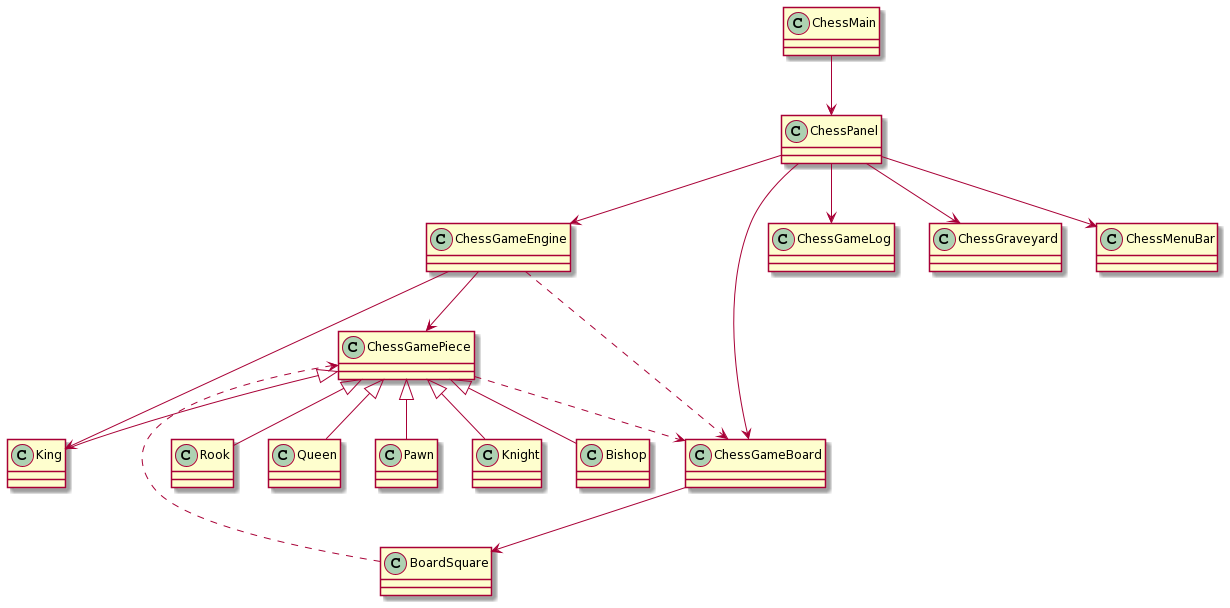
This is docs/img/initial-model.png from hinafu/patrones-veranito-chesss, a PlantUML export, as it was before one commit.
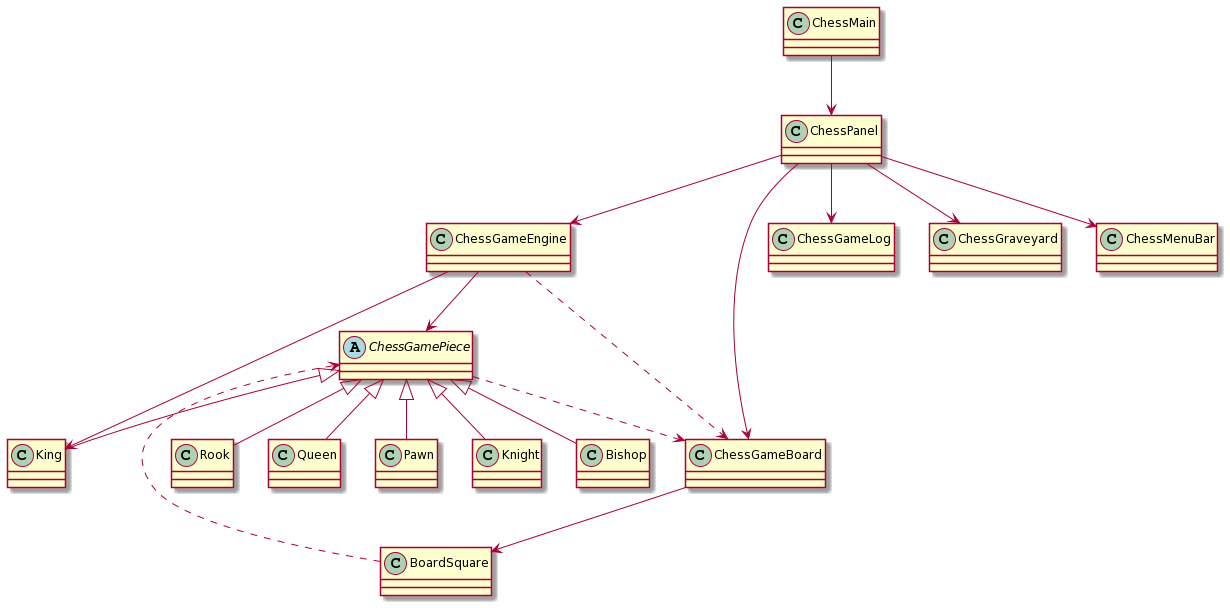
The same diagram one commit later.

Commit message:
fix abstract class

Diff of the diagram source:
```diff
@@ -9,7 +9,7 @@
 class ChessGameBoard{}
 class ChessGameEngine{}
 class ChessGameLog{}
-class ChessGamePiece{}
+abstract ChessGamePiece{}
 class ChessGraveyard{}
 class ChessPanel{}
 class ChessMain{}
```
